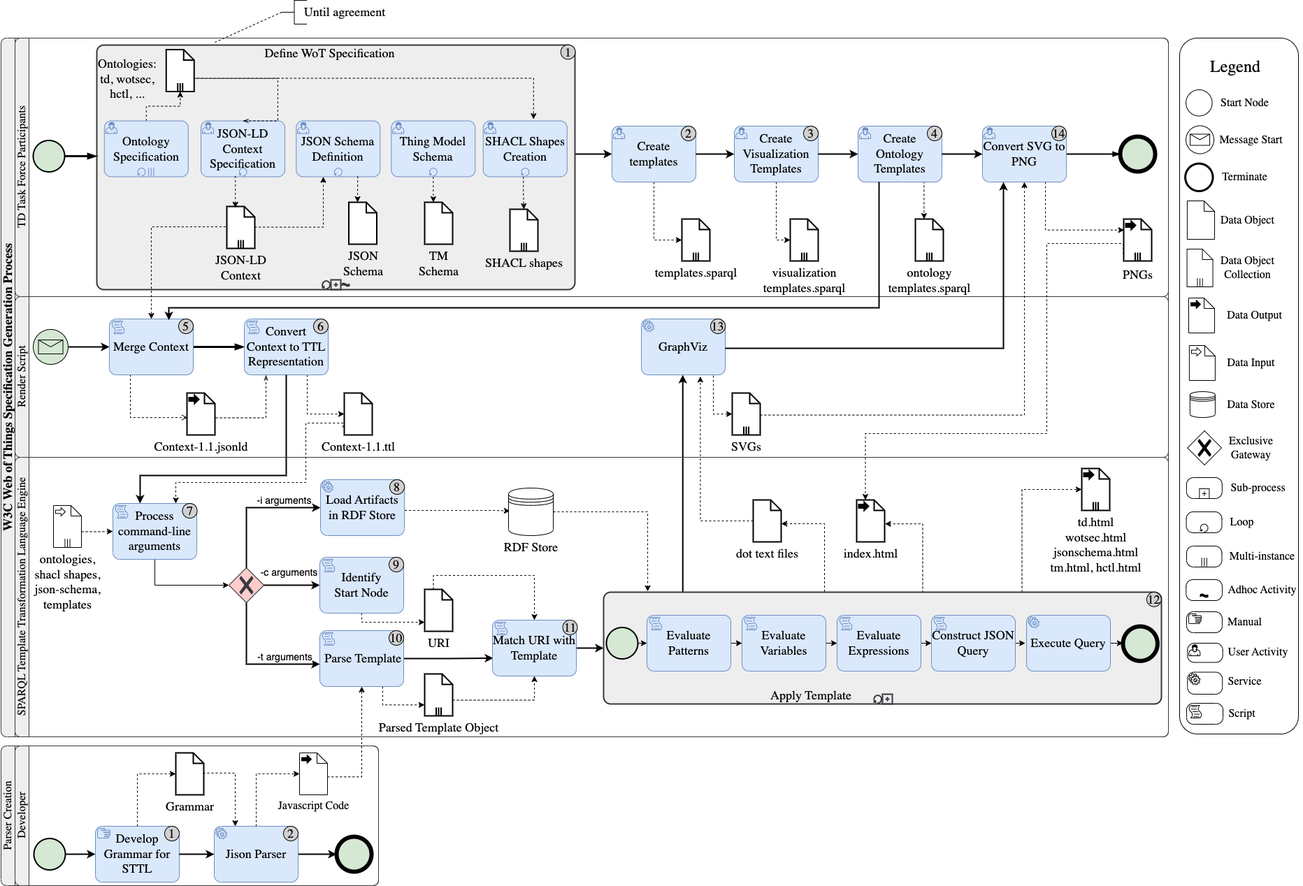
Before: toolchain/wot-toolchain-bpmn.png, a diagram exported from draw.io (w3c/wot-thing-description). Source tidied: cells renumbered, new cells last; positions are measured from the earlier drawing's top-left corner, leaving out a move shared by most shapes.
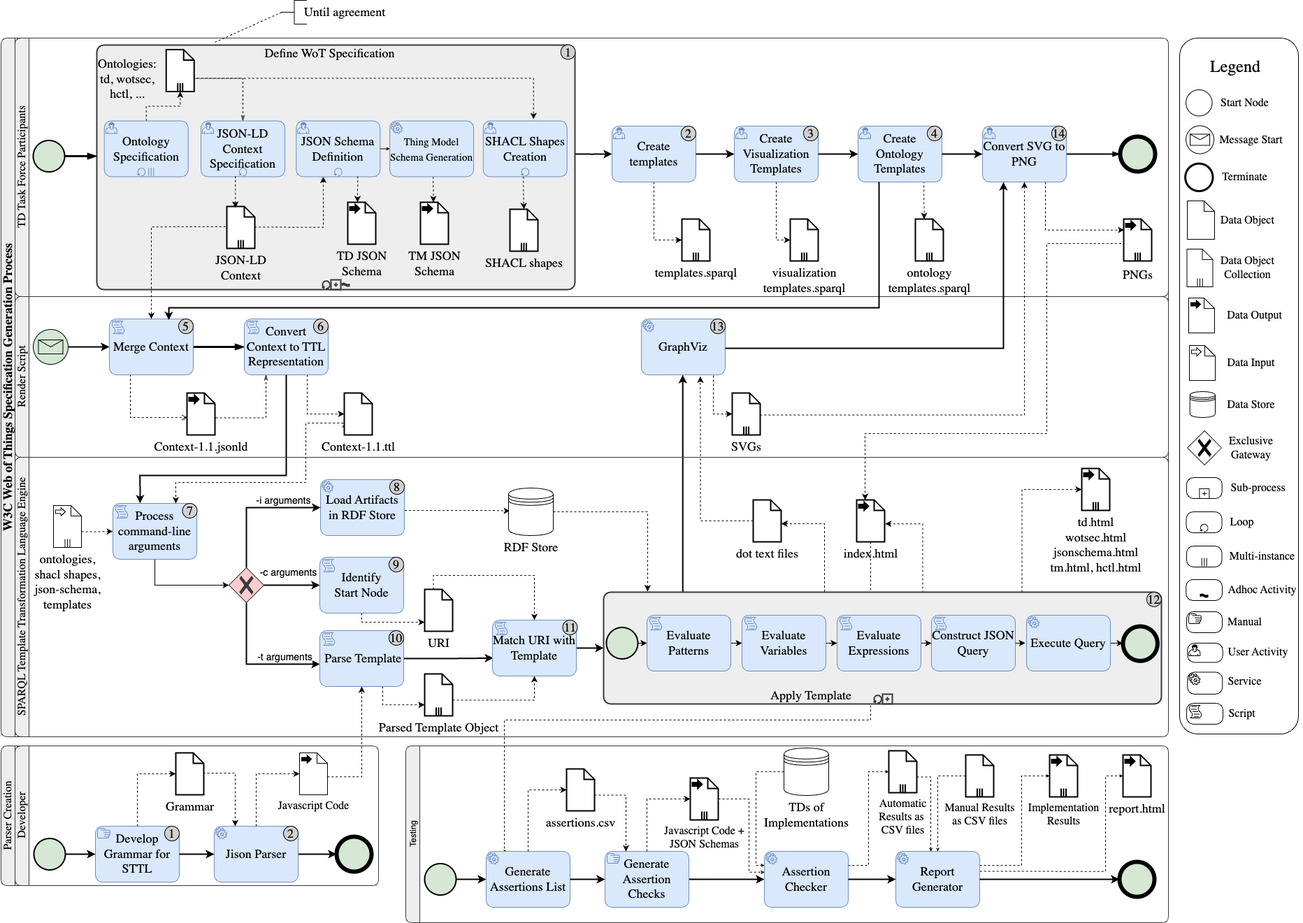
Above is the later version.

Commit message:
incorporate feedback changes to toolchain diagram

Diff of the diagram source:
```diff
@@ -2,6 +2,14 @@
   <root>
     <mxCell id="0" />
     <mxCell id="1" parent="0" />
+    <mxCell id="199" style="edgeStyle=orthogonalEdgeStyle;rounded=0;jettySize=auto;html=1;entryX=0.25;entryY=0;entryDx=0;entryDy=0;entryPerimeter=0;fontSize=15;endSize=2;dashed=1;" parent="1" edge="1" source="92" target="206">
+      <mxGeometry relative="1" as="geometry">
+        <Array as="points">
+          <mxPoint x="1244" y="1030" />
+          <mxPoint x="720" y="1030" />
+        </Array>
+      </mxGeometry>
+    </mxCell>
     <mxCell id="2" value="&lt;font style=&quot;font-size: 18px;&quot; face=&quot;Open Sans&quot;&gt;W3C Web of Things Specification Generation Process&lt;/font&gt;" style="swimlane;html=1;horizontal=0;startSize=20;whiteSpace=wrap;fillColor=#eeeeee;strokeColor=#36393d;rounded=1;" parent="1" vertex="1">
       <mxGeometry y="54" width="1670" height="1000" as="geometry" />
     </mxCell>
@@ -32,21 +40,29 @@
     <mxCell id="11" value="JSON Schema Definition" style="points=[[0.25,0,0],[0.5,0,0],[0.75,0,0],[1,0.25,0],[1,0.5,0],[1,0.75,0],[0.75,1,0],[0.5,1,0],[0.25,1,0],[0,0.75,0],[0,0.5,0],[0,0.25,0]];shape=mxgraph.bpmn.task;whiteSpace=wrap;rectStyle=rounded;size=10;html=1;taskMarker=user;fontFamily=Open Sans;fontSize=18;strokeWidth=1;fillColor=#dae8fc;strokeColor=#6c8ebf;isLoopStandard=1;" parent="10" vertex="1">
       <mxGeometry width="120" height="80" as="geometry" />
     </mxCell>
-    <mxCell id="12" value="&lt;font face=&quot;Open Sans&quot; style=&quot;font-size: 18px;&quot;&gt;JSON &lt;br&gt;Schema&lt;/font&gt;" style="shape=mxgraph.bpmn.data;labelPosition=center;verticalLabelPosition=bottom;align=center;verticalAlign=top;size=15;html=1;strokeWidth=2;" parent="5" vertex="1">
-      <mxGeometry x="360.5" y="225" width="40" height="60" as="geometry" />
-    </mxCell>
-    <mxCell id="13" style="edgeStyle=orthogonalEdgeStyle;rounded=0;jettySize=auto;html=1;entryX=0;entryY=0;entryDx=12.5;entryDy=0;entryPerimeter=0;dashed=1;strokeWidth=1;exitX=0.733;exitY=0.99;exitDx=0;exitDy=0;exitPerimeter=0;" parent="5" edge="1" source="11" target="12">
-      <mxGeometry relative="1" as="geometry" />
+    <mxCell id="13" style="edgeStyle=orthogonalEdgeStyle;rounded=0;jettySize=auto;html=1;entryX=0;entryY=0;entryDx=12.5;entryDy=0;entryPerimeter=0;dashed=1;strokeWidth=1;exitX=0.733;exitY=0.99;exitDx=0;exitDy=0;exitPerimeter=0;" parent="5" edge="1" source="11">
+      <mxGeometry relative="1" as="geometry">
+        <mxPoint x="373" y="225" as="targetPoint" />
+      </mxGeometry>
     </mxCell>
-    <mxCell id="14" style="edgeStyle=orthogonalEdgeStyle;rounded=0;jettySize=auto;html=1;exitX=0.5;exitY=1;exitDx=0;exitDy=0;exitPerimeter=0;entryX=0;entryY=0;entryDx=12.5;entryDy=0;entryPerimeter=0;dashed=1;" parent="5" edge="1" source="15" target="16">
-      <mxGeometry relative="1" as="geometry" />
+    <mxCell id="14" style="edgeStyle=orthogonalEdgeStyle;rounded=0;orthogonalLoop=1;jettySize=auto;html=1;exitX=0.5;exitY=1;exitDx=0;exitDy=0;exitPerimeter=0;entryX=0;entryY=0;entryDx=12.5;entryDy=0;entryPerimeter=0;dashed=1;" parent="5" edge="1">
+      <mxGeometry relative="1" as="geometry">
+        <mxPoint x="481.2" y="188.5" as="sourcePoint" />
+        <mxPoint x="481.5" y="225" as="targetPoint" />
+      </mxGeometry>
     </mxCell>
-    <mxCell id="15" value="Thing Model Schema" style="points=[[0.25,0,0],[0.5,0,0],[0.75,0,0],[1,0.25,0],[1,0.5,0],[1,0.75,0],[0.75,1,0],[0.5,1,0],[0.25,1,0],[0,0.75,0],[0,0.5,0],[0,0.25,0]];shape=mxgraph.bpmn.task;whiteSpace=wrap;rectStyle=rounded;size=10;html=1;taskMarker=user;fontFamily=Open Sans;fontSize=18;strokeWidth=1;fillColor=#dae8fc;strokeColor=#6c8ebf;isLoopStandard=1;" parent="5" vertex="1">
-      <mxGeometry x="421.2" y="108.5" width="120" height="80" as="geometry" />
-    </mxCell>
-    <mxCell id="16" value="&lt;font face=&quot;Open Sans&quot; style=&quot;font-size: 18px;&quot;&gt;TM&lt;br&gt;Schema&lt;/font&gt;" style="shape=mxgraph.bpmn.data;labelPosition=center;verticalLabelPosition=bottom;align=center;verticalAlign=top;size=15;html=1;strokeWidth=2;" parent="5" vertex="1">
-      <mxGeometry x="469" y="225" width="40" height="60" as="geometry" />
-    </mxCell>
+    <mxCell id="200" value="&lt;font style=&quot;font-size: 15px;&quot;&gt;Thing Model Schema Generation&lt;/font&gt;" style="points=[[0.25,0,0],[0.5,0,0],[0.75,0,0],[1,0.25,0],[1,0.5,0],[1,0.75,0],[0.75,1,0],[0.5,1,0],[0.25,1,0],[0,0.75,0],[0,0.5,0],[0,0.25,0]];shape=mxgraph.bpmn.task;whiteSpace=wrap;rectStyle=rounded;size=10;html=1;taskMarker=service;fontFamily=Open Sans;fontSize=18;strokeWidth=1;fillColor=#dae8fc;strokeColor=#6c8ebf;" parent="5" vertex="1">
+      <mxGeometry x="419" y="108.5" width="120" height="80" as="geometry" />
+    </mxCell>
+    <mxCell id="201" style="endArrow=classic;html=1;rounded=0;fontSize=15;endSize=2;entryX=0;entryY=0.5;entryDx=0;entryDy=0;entryPerimeter=0;exitX=1;exitY=0.5;exitDx=0;exitDy=0;exitPerimeter=0;" parent="5" edge="1" source="11" target="200">
+      <mxGeometry relative="1" as="geometry" />
+    </mxCell>
+    <mxCell id="202" value="&lt;font face=&quot;Open Sans&quot; style=&quot;font-size: 18px;&quot;&gt;TD JSON &lt;br&gt;Schema&lt;/font&gt;" style="shape=mxgraph.bpmn.data;labelPosition=center;verticalLabelPosition=bottom;align=center;verticalAlign=top;size=15;html=1;bpmnTransferType=output;strokeWidth=2;" parent="5" vertex="1">
+      <mxGeometry x="359" y="225" width="40" height="60" as="geometry" />
+    </mxCell>
+    <mxCell id="203" value="&lt;font face=&quot;Open Sans&quot; style=&quot;font-size: 18px;&quot;&gt;TM JSON &lt;br&gt;Schema&lt;/font&gt;" style="shape=mxgraph.bpmn.data;labelPosition=center;verticalLabelPosition=bottom;align=center;verticalAlign=top;size=15;html=1;bpmnTransferType=output;strokeWidth=2;" parent="5" vertex="1">
+      <mxGeometry x="463" y="225" width="40" height="60" as="geometry" />
+    </mxCell>
     <mxCell id="17" style="points=[[0.145,0.145,0],[0.5,0,0],[0.855,0.145,0],[1,0.5,0],[0.855,0.855,0],[0.5,1,0],[0.145,0.855,0],[0,0.5,0]];shape=mxgraph.bpmn.event;html=1;verticalLabelPosition=bottom;labelBackgroundColor=#ffffff;verticalAlign=top;align=center;perimeter=ellipsePerimeter;outlineConnect=0;outline=standard;symbol=general;fontFamily=Open Sans;fontSize=18;strokeWidth=2;fillColor=#d5e8d4;strokeColor=#000000;" parent="3" vertex="1">
       <mxGeometry x="26" y="146.5" width="45" height="45" as="geometry" />
     </mxCell>
@@ -526,8 +542,7 @@
       <mxGeometry relative="1" as="geometry">
         <mxPoint x="278.9" y="111.7" as="sourcePoint" />
         <Array as="points">
-          <mxPoint x="396" y="112" />
-          <mxPoint x="396" y="173" />
+          <mxPoint x="346" y="112" />
         </Array>
       </mxGeometry>
     </mxCell>
@@ -676,5 +691,121 @@
     <mxCell id="198" style="edgeStyle=orthogonalEdgeStyle;rounded=0;jettySize=auto;html=1;exitX=0.41;exitY=0.986;exitDx=0;exitDy=0;exitPerimeter=0;entryX=0.305;entryY=0.031;entryDx=0;entryDy=0;entryPerimeter=0;dashed=1;" parent="1" edge="1" source="9" target="160">
       <mxGeometry relative="1" as="geometry" />
     </mxCell>
+    <mxCell id="204" value="&lt;span style=&quot;font-weight: normal;&quot;&gt;Testing&lt;/span&gt;" style="swimlane;html=1;startSize=20;horizontal=0;fillColor=#eeeeee;strokeColor=#36393d;rounded=1;" parent="1" vertex="1">
+      <mxGeometry x="579" y="1067" width="1091" height="253" as="geometry" />
+    </mxCell>
+    <mxCell id="205" style="edgeStyle=orthogonalEdgeStyle;rounded=0;jettySize=auto;html=1;exitX=0;exitY=0.5;exitDx=0;exitDy=0;entryX=0;entryY=0.25;entryDx=0;entryDy=0;entryPerimeter=0;strokeWidth=1;dashed=1;endSize=2;" parent="204" edge="1" source="219" target="221">
+      <mxGeometry relative="1" as="geometry">
+        <Array as="points">
+          <mxPoint x="501" y="37" />
+          <mxPoint x="501" y="171" />
+        </Array>
+      </mxGeometry>
+    </mxCell>
+    <mxCell id="206" value="&lt;font face=&quot;Open Sans&quot; style=&quot;font-size: 18px;&quot;&gt;Generate Assertions List&lt;/font&gt;" style="points=[[0.25,0,0],[0.5,0,0],[0.75,0,0],[1,0.25,0],[1,0.5,0],[1,0.75,0],[0.75,1,0],[0.5,1,0],[0.25,1,0],[0,0.75,0],[0,0.5,0],[0,0.25,0]];shape=mxgraph.bpmn.task;whiteSpace=wrap;rectStyle=rounded;size=10;html=1;taskMarker=service;fillColor=#dae8fc;strokeColor=#6c8ebf;" parent="204" vertex="1">
+      <mxGeometry x="115" y="151" width="120" height="80" as="geometry" />
+    </mxCell>
+    <mxCell id="207" style="edgeStyle=orthogonalEdgeStyle;rounded=0;jettySize=auto;html=1;exitX=1;exitY=0.5;exitDx=0;exitDy=0;exitPerimeter=0;entryX=0;entryY=0.5;entryDx=0;entryDy=0;entryPerimeter=0;strokeWidth=2;" parent="204" edge="1" source="208" target="221">
+      <mxGeometry relative="1" as="geometry" />
+    </mxCell>
+    <mxCell id="208" value="&lt;font face=&quot;Open Sans&quot; style=&quot;font-size: 18px;&quot;&gt;Generate Assertion Checks&lt;/font&gt;" style="points=[[0.25,0,0],[0.5,0,0],[0.75,0,0],[1,0.25,0],[1,0.5,0],[1,0.75,0],[0.75,1,0],[0.5,1,0],[0.25,1,0],[0,0.75,0],[0,0.5,0],[0,0.25,0]];shape=mxgraph.bpmn.task;whiteSpace=wrap;rectStyle=rounded;size=10;html=1;taskMarker=manual;fillColor=#dae8fc;strokeColor=#6c8ebf;" parent="204" vertex="1">
+      <mxGeometry x="285" y="151" width="120" height="80" as="geometry" />
+    </mxCell>
+    <mxCell id="209" style="edgeStyle=orthogonalEdgeStyle;rounded=0;jettySize=auto;html=1;exitX=1;exitY=0.5;exitDx=0;exitDy=0;exitPerimeter=0;entryX=0;entryY=0.5;entryDx=0;entryDy=0;entryPerimeter=0;strokeWidth=2;" parent="204" edge="1" source="206" target="208">
+      <mxGeometry relative="1" as="geometry" />
+    </mxCell>
+    <mxCell id="210" style="edgeStyle=orthogonalEdgeStyle;rounded=0;jettySize=auto;html=1;exitX=1;exitY=0.5;exitDx=0;exitDy=0;exitPerimeter=0;entryX=0;entryY=0.5;entryDx=0;entryDy=0;entryPerimeter=0;strokeWidth=2;" parent="204" edge="1" source="211" target="206">
+      <mxGeometry relative="1" as="geometry" />
+    </mxCell>
+    <mxCell id="211" style="points=[[0.145,0.145,0],[0.5,0,0],[0.855,0.145,0],[1,0.5,0],[0.855,0.855,0],[0.5,1,0],[0.145,0.855,0],[0,0.5,0]];shape=mxgraph.bpmn.event;html=1;verticalLabelPosition=bottom;labelBackgroundColor=#ffffff;verticalAlign=top;align=center;perimeter=ellipsePerimeter;outlineConnect=0;outline=standard;symbol=general;fontFamily=Open Sans;fontSize=18;strokeWidth=2;fillColor=#d5e8d4;strokeColor=#000000;" parent="204" vertex="1">
+      <mxGeometry x="27" y="168.5" width="45" height="45" as="geometry" />
+    </mxCell>
+    <mxCell id="212" style="points=[[0.145,0.145,0],[0.5,0,0],[0.855,0.145,0],[1,0.5,0],[0.855,0.855,0],[0.5,1,0],[0.145,0.855,0],[0,0.5,0]];shape=mxgraph.bpmn.event;html=1;verticalLabelPosition=bottom;labelBackgroundColor=#ffffff;verticalAlign=top;align=center;perimeter=ellipsePerimeter;outlineConnect=0;outline=end;symbol=terminate2;fontFamily=Open Sans;fontSize=18;strokeWidth=2;fillColor=#d5e8d4;strokeColor=#000000;" parent="204" vertex="1">
+      <mxGeometry x="1021" y="166" width="50" height="50" as="geometry" />
+    </mxCell>
+    <mxCell id="213" value="assertions.csv" style="shape=mxgraph.bpmn.data;labelPosition=center;verticalLabelPosition=bottom;align=center;verticalAlign=top;size=15;html=1;bpmnTransferType=none;isCollection=0;strokeWidth=2;fontFamily=Open Sans;fontSize=18;" parent="204" vertex="1">
+      <mxGeometry x="230" y="33" width="40" height="60" as="geometry" />
+    </mxCell>
+    <mxCell id="214" style="edgeStyle=orthogonalEdgeStyle;rounded=0;jettySize=auto;html=1;exitX=0.5;exitY=0;exitDx=0;exitDy=0;exitPerimeter=0;dashed=1;entryX=0;entryY=0.5;entryDx=0;entryDy=0;entryPerimeter=0;" parent="204" edge="1" source="206" target="213">
+      <mxGeometry relative="1" as="geometry">
+        <Array as="points">
+          <mxPoint x="175" y="63" />
+        </Array>
+      </mxGeometry>
+    </mxCell>
+    <mxCell id="215" style="edgeStyle=orthogonalEdgeStyle;rounded=0;jettySize=auto;html=1;exitX=0;exitY=0;exitDx=40;exitDy=37.5;exitPerimeter=0;entryX=0.25;entryY=0;entryDx=0;entryDy=0;entryPerimeter=0;dashed=1;" parent="204" edge="1" source="213" target="208">
+      <mxGeometry relative="1" as="geometry" />
+    </mxCell>
+    <mxCell id="216" style="edgeStyle=orthogonalEdgeStyle;rounded=0;jettySize=auto;html=1;entryX=0;entryY=0.373;entryDx=0;entryDy=0;entryPerimeter=0;dashed=1;fontSize=15;endSize=2;" parent="204" edge="1" source="217" target="221">
+      <mxGeometry relative="1" as="geometry">
+        <Array as="points">
+          <mxPoint x="491" y="76" />
+          <mxPoint x="491" y="181" />
+        </Array>
+      </mxGeometry>
+    </mxCell>
+    <mxCell id="217" value="&lt;font face=&quot;Open Sans&quot; style=&quot;font-size: 16px;&quot;&gt;Javascript Code +&lt;br&gt;JSON Schemas&lt;br&gt;&lt;/font&gt;" style="shape=mxgraph.bpmn.data;labelPosition=center;verticalLabelPosition=bottom;align=center;verticalAlign=top;size=15;html=1;bpmnTransferType=output;isCollection=1;strokeWidth=2;" parent="204" vertex="1">
+      <mxGeometry x="407" y="46" width="40" height="60" as="geometry" />
+    </mxCell>
+    <mxCell id="218" style="edgeStyle=orthogonalEdgeStyle;rounded=0;jettySize=auto;html=1;exitX=0.5;exitY=0;exitDx=0;exitDy=0;exitPerimeter=0;entryX=0;entryY=0.5;entryDx=0;entryDy=0;entryPerimeter=0;strokeWidth=1;dashed=1;" parent="204" edge="1" source="208" target="217">
+      <mxGeometry relative="1" as="geometry" />
+    </mxCell>
+    <mxCell id="219" value="&lt;font face=&quot;Open Sans&quot; style=&quot;font-size: 18px;&quot;&gt;TDs of &lt;br&gt;Implementations&lt;/font&gt;" style="shape=datastore;html=1;labelPosition=center;verticalLabelPosition=bottom;align=center;verticalAlign=top;" parent="204" vertex="1">
+      <mxGeometry x="541" y="3" width="64" height="68" as="geometry" />
+    </mxCell>
+    <mxCell id="220" style="edgeStyle=orthogonalEdgeStyle;rounded=0;jettySize=auto;html=1;exitX=1;exitY=0.25;exitDx=0;exitDy=0;exitPerimeter=0;entryX=0;entryY=0.5;entryDx=0;entryDy=0;entryPerimeter=0;dashed=1;strokeWidth=1;fontSize=15;endSize=2;" parent="204" edge="1" source="221" target="227">
+      <mxGeometry relative="1" as="geometry" />
+    </mxCell>
+    <mxCell id="221" value="&lt;font face=&quot;Open Sans&quot; style=&quot;font-size: 18px;&quot;&gt;Assertion Checker&lt;br&gt;&lt;/font&gt;" style="points=[[0.25,0,0],[0.5,0,0],[0.75,0,0],[1,0.25,0],[1,0.5,0],[1,0.75,0],[0.75,1,0],[0.5,1,0],[0.25,1,0],[0,0.75,0],[0,0.5,0],[0,0.25,0]];shape=mxgraph.bpmn.task;whiteSpace=wrap;rectStyle=rounded;size=10;html=1;taskMarker=service;fillColor=#dae8fc;strokeColor=#6c8ebf;" parent="204" vertex="1">
+      <mxGeometry x="513" y="151" width="120" height="80" as="geometry" />
+    </mxCell>
+    <mxCell id="222" style="edgeStyle=orthogonalEdgeStyle;rounded=0;jettySize=auto;html=1;entryX=0;entryY=0.5;entryDx=0;entryDy=0;entryPerimeter=0;dashed=1;strokeWidth=1;fontSize=15;endSize=2;exitX=1;exitY=0.25;exitDx=0;exitDy=0;exitPerimeter=0;" parent="204" edge="1" source="224" target="230">
+      <mxGeometry relative="1" as="geometry">
+        <Array as="points">
+          <mxPoint x="881" y="171" />
+          <mxPoint x="881" y="43" />
+        </Array>
+      </mxGeometry>
+    </mxCell>
+    <mxCell id="223" style="edgeStyle=orthogonalEdgeStyle;rounded=0;jettySize=auto;html=1;entryX=0;entryY=0.5;entryDx=0;entryDy=0;entryPerimeter=0;dashed=1;strokeWidth=1;fontSize=15;endSize=2;exitX=1.002;exitY=0.357;exitDx=0;exitDy=0;exitPerimeter=0;" parent="204" edge="1" source="224" target="232">
+      <mxGeometry relative="1" as="geometry">
+        <Array as="points">
+          <mxPoint x="1001" y="180" />
+          <mxPoint x="1001" y="43" />
+        </Array>
+      </mxGeometry>
+    </mxCell>
+    <mxCell id="224" value="&lt;font face=&quot;Open Sans&quot; style=&quot;font-size: 18px;&quot;&gt;Report&lt;br&gt;Generator&lt;br&gt;&lt;/font&gt;" style="points=[[0.25,0,0],[0.5,0,0],[0.75,0,0],[1,0.25,0],[1,0.5,0],[1,0.75,0],[0.75,1,0],[0.5,1,0],[0.25,1,0],[0,0.75,0],[0,0.5,0],[0,0.25,0]];shape=mxgraph.bpmn.task;whiteSpace=wrap;rectStyle=rounded;size=10;html=1;taskMarker=service;fillColor=#dae8fc;strokeColor=#6c8ebf;" parent="204" vertex="1">
+      <mxGeometry x="701" y="151" width="120" height="80" as="geometry" />
+    </mxCell>
+    <mxCell id="225" style="edgeStyle=orthogonalEdgeStyle;rounded=0;jettySize=auto;html=1;exitX=1;exitY=0.5;exitDx=0;exitDy=0;exitPerimeter=0;entryX=0;entryY=0.5;entryDx=0;entryDy=0;entryPerimeter=0;strokeWidth=2;" parent="204" edge="1" source="221" target="224">
+      <mxGeometry relative="1" as="geometry" />
+    </mxCell>
+    <mxCell id="226" style="edgeStyle=orthogonalEdgeStyle;rounded=0;jettySize=auto;html=1;entryX=0.423;entryY=0.001;entryDx=0;entryDy=0;entryPerimeter=0;dashed=1;strokeWidth=1;fontSize=15;endSize=2;exitX=0;exitY=0;exitDx=40;exitDy=37.5;exitPerimeter=0;" parent="204" edge="1" source="227" target="224">
+      <mxGeometry relative="1" as="geometry">
+        <Array as="points">
+          <mxPoint x="751" y="45" />
+          <mxPoint x="751" y="151" />
+        </Array>
+      </mxGeometry>
+    </mxCell>
+    <mxCell id="227" value="&lt;font face=&quot;Open Sans&quot; style=&quot;font-size: 16px;&quot;&gt;Automatic&lt;br&gt;Results as&amp;nbsp;&lt;br&gt;CSV files&lt;br&gt;&lt;/font&gt;" style="shape=mxgraph.bpmn.data;labelPosition=center;verticalLabelPosition=bottom;align=center;verticalAlign=top;size=15;html=1;isCollection=1;strokeWidth=2;" parent="204" vertex="1">
+      <mxGeometry x="691" y="7" width="40" height="60" as="geometry" />
+    </mxCell>
+    <mxCell id="228" style="edgeStyle=orthogonalEdgeStyle;rounded=0;jettySize=auto;html=1;entryX=0.5;entryY=0;entryDx=0;entryDy=0;entryPerimeter=0;dashed=1;strokeWidth=1;fontSize=15;endSize=2;exitX=0;exitY=0.5;exitDx=0;exitDy=0;exitPerimeter=0;" parent="204" edge="1" source="229" target="224">
+      <mxGeometry relative="1" as="geometry" />
+    </mxCell>
+    <mxCell id="229" value="&lt;font face=&quot;Open Sans&quot; style=&quot;font-size: 16px;&quot;&gt;Manual Results&lt;br&gt;as CSV files&lt;br&gt;&lt;/font&gt;" style="shape=mxgraph.bpmn.data;labelPosition=center;verticalLabelPosition=bottom;align=center;verticalAlign=top;size=15;html=1;isCollection=1;strokeWidth=2;" parent="204" vertex="1">
+      <mxGeometry x="801" y="13" width="40" height="60" as="geometry" />
+    </mxCell>
+    <mxCell id="230" value="&lt;font face=&quot;Open Sans&quot; style=&quot;font-size: 16px;&quot;&gt;Implementation&lt;br&gt;Results&lt;br&gt;&lt;/font&gt;" style="shape=mxgraph.bpmn.data;labelPosition=center;verticalLabelPosition=bottom;align=center;verticalAlign=top;size=15;html=1;bpmnTransferType=output;isCollection=1;strokeWidth=2;" parent="204" vertex="1">
+      <mxGeometry x="921" y="13" width="40" height="60" as="geometry" />
+    </mxCell>
+    <mxCell id="231" style="edgeStyle=orthogonalEdgeStyle;rounded=0;jettySize=auto;html=1;exitX=1;exitY=0.5;exitDx=0;exitDy=0;exitPerimeter=0;entryX=0;entryY=0.5;entryDx=0;entryDy=0;entryPerimeter=0;strokeWidth=2;" parent="204" edge="1" source="224" target="212">
+      <mxGeometry relative="1" as="geometry" />
+    </mxCell>
+    <mxCell id="232" value="&lt;font face=&quot;Open Sans&quot; style=&quot;font-size: 18px;&quot;&gt;report.html&lt;/font&gt;" style="shape=mxgraph.bpmn.data;labelPosition=center;verticalLabelPosition=bottom;align=center;verticalAlign=top;size=15;html=1;bpmnTransferType=output;strokeWidth=2;" parent="204" vertex="1">
+      <mxGeometry x="1026" y="13" width="40" height="60" as="geometry" />
+    </mxCell>
   </root>
 </mxGraphModel>
```
